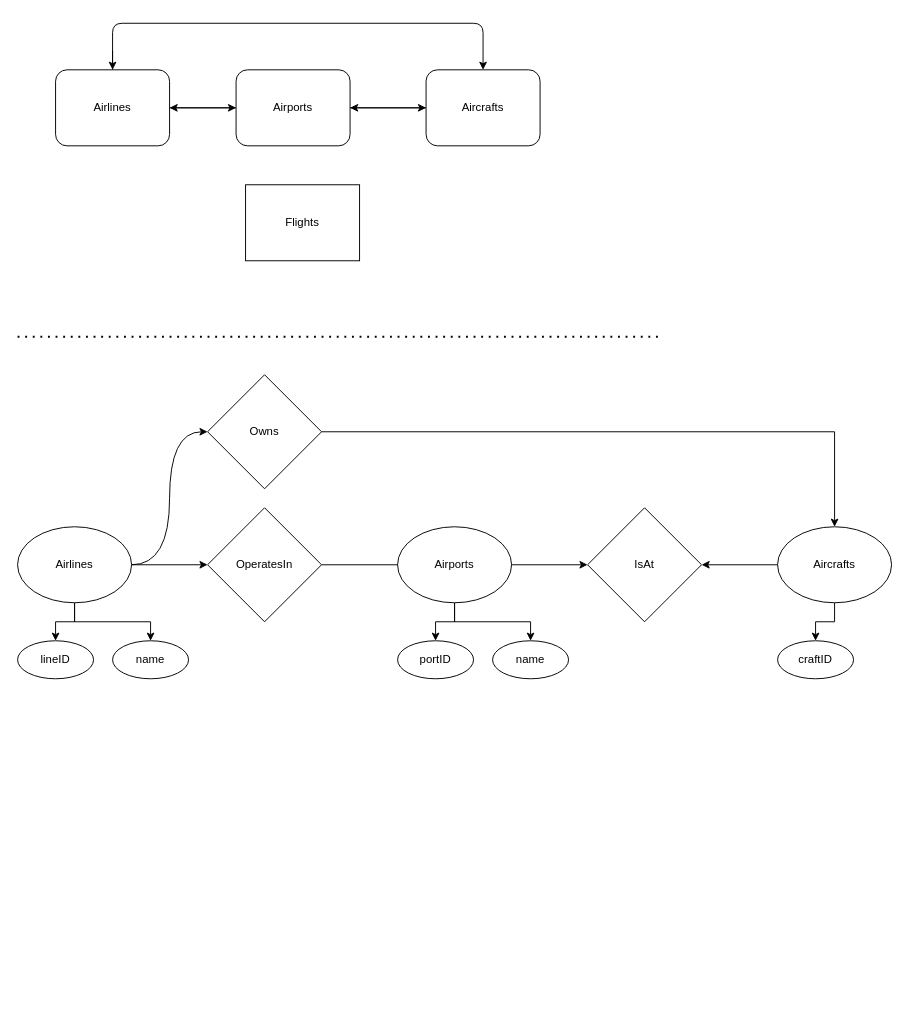
Earlier version of the draw.io diagram page "PhysicalLayer" (3 of 7) of ERDiagram.drawio (kyle4036/DatabaseManagement2026Project1). Source tidied: cells renumbered, new cells numbered last; positions are measured from the earlier drawing's top-left corner, leaving out a move shared by most shapes. Both pictures are drawn from the tidied source at 95%, with x=0, y=0 at pixel (17, 23).
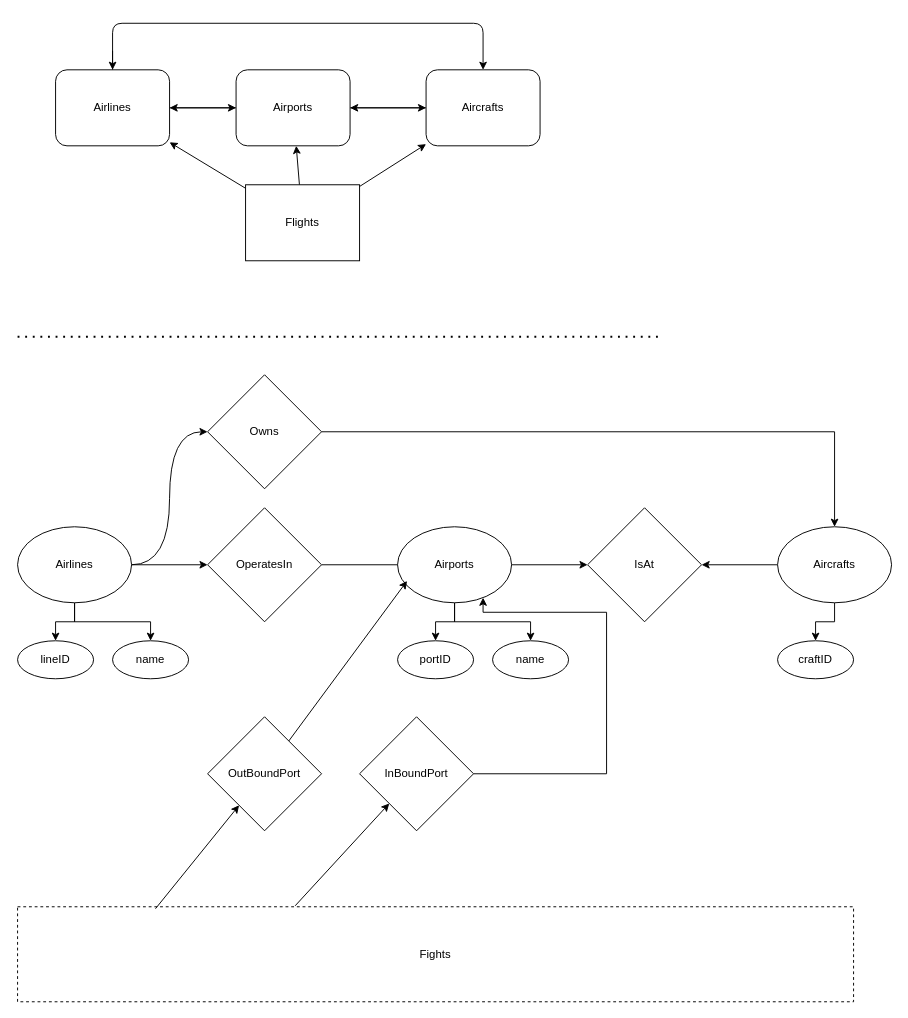
The same page after the edit.

Unchanged cells that the change refers to:
```xml
<mxCell id="4" value="Airlines" style="whiteSpace=wrap;html=1;rounded=1;" parent="1" vertex="1">
  <mxGeometry x="40" y="49" width="120" height="80" as="geometry" />
</mxCell>
<mxCell id="6" value="Aircrafts" style="whiteSpace=wrap;html=1;rounded=1;" parent="1" vertex="1">
  <mxGeometry x="430" y="49" width="120" height="80" as="geometry" />
</mxCell>
<mxCell id="9" value="Airports" style="whiteSpace=wrap;html=1;rounded=1;" parent="1" vertex="1">
  <mxGeometry x="230" y="49" width="120" height="80" as="geometry" />
</mxCell>
<mxCell id="19" value="Airports" style="ellipse;whiteSpace=wrap;html=1;" parent="1" vertex="1">
  <mxGeometry x="400" y="530" width="120" height="80" as="geometry" />
</mxCell>
<mxCell id="34" value="Flights" style="whiteSpace=wrap;html=1;" parent="1" vertex="1">
  <mxGeometry x="240" y="170" width="120" height="80" as="geometry" />
</mxCell>
```

The edit, as a diff of the source:
```diff
@@
+    <mxCell id="35" style="rounded=0;jettySize=auto;html=1;" parent="1" edge="1" source="34" target="4">
+      <mxGeometry relative="1" as="geometry" />
+    </mxCell>
+    <mxCell id="36" style="rounded=0;jettySize=auto;html=1;" parent="1" edge="1" source="34" target="9">
+      <mxGeometry relative="1" as="geometry" />
+    </mxCell>
+    <mxCell id="37" style="rounded=0;jettySize=auto;html=1;" parent="1" edge="1" source="34" target="6">
+      <mxGeometry relative="1" as="geometry" />
+    </mxCell>
@@
+    <mxCell id="38" style="rounded=0;jettySize=auto;html=1;exitX=0.332;exitY=-0.01;exitDx=0;exitDy=0;exitPerimeter=0;" parent="1" edge="1" source="39" target="41">
+      <mxGeometry relative="1" as="geometry" />
+    </mxCell>
+    <mxCell id="39" value="Fights" style="rounded=0;whiteSpace=wrap;html=1;dashed=1;" parent="1" vertex="1">
+      <mxGeometry y="930" width="880" height="100" as="geometry" />
+    </mxCell>
+    <mxCell id="40" style="rounded=0;jettySize=auto;html=1;edgeStyle=orthogonalEdgeStyle;" parent="1" edge="1" source="41" target="19">
+      <mxGeometry relative="1" as="geometry">
+        <Array as="points">
+          <mxPoint x="620" y="790" />
+          <mxPoint x="620" y="620" />
+          <mxPoint x="490" y="620" />
+        </Array>
+      </mxGeometry>
+    </mxCell>
+    <mxCell id="41" value="InBoundPort" style="rhombus;whiteSpace=wrap;html=1;" parent="1" vertex="1">
+      <mxGeometry x="360" y="730" width="120" height="120" as="geometry" />
+    </mxCell>
+    <mxCell id="42" value="OutBoundPort" style="rhombus;whiteSpace=wrap;html=1;" parent="1" vertex="1">
+      <mxGeometry x="200" y="730" width="120" height="120" as="geometry" />
+    </mxCell>
+    <mxCell id="43" style="rounded=0;jettySize=auto;html=1;exitX=0.165;exitY=0.02;exitDx=0;exitDy=0;exitPerimeter=0;" parent="1" edge="1" source="39" target="42">
+      <mxGeometry relative="1" as="geometry" />
+    </mxCell>
+    <mxCell id="44" style="rounded=0;jettySize=auto;html=1;entryX=0.083;entryY=0.713;entryDx=0;entryDy=0;entryPerimeter=0;" parent="1" edge="1" source="42" target="19">
+      <mxGeometry relative="1" as="geometry" />
+    </mxCell>
```
